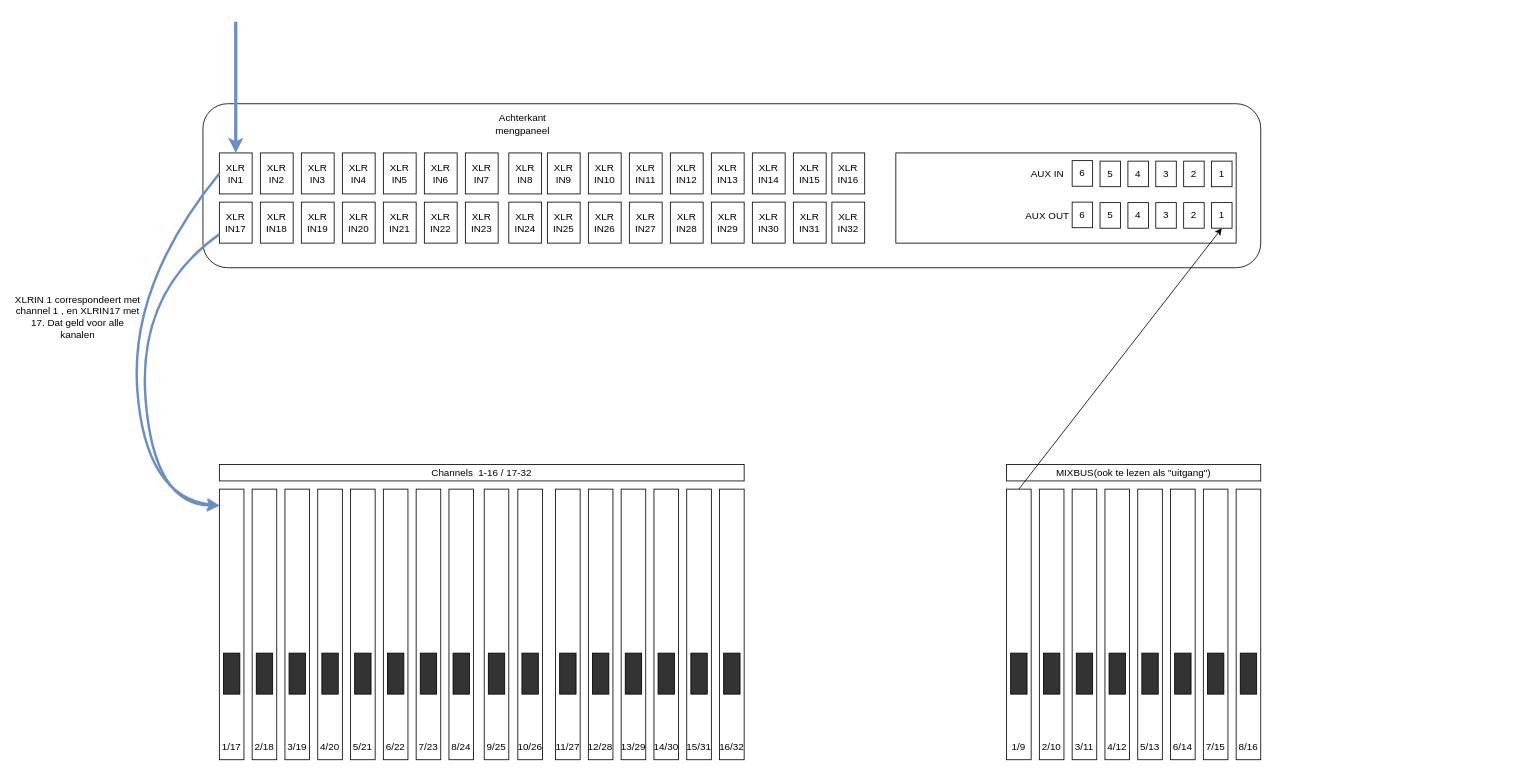
Marsipulami/DrawIO keeps this draw.io diagram as Diagram zonder titel.drawio. Above is the earlier version. Source tidied: cells renumbered, new cells numbered last; positions are measured from the earlier drawing's top-left corner, leaving out a move shared by most shapes. Both pictures are drawn from the tidied source at 82%, with x=0, y=0 at pixel (14, 21).
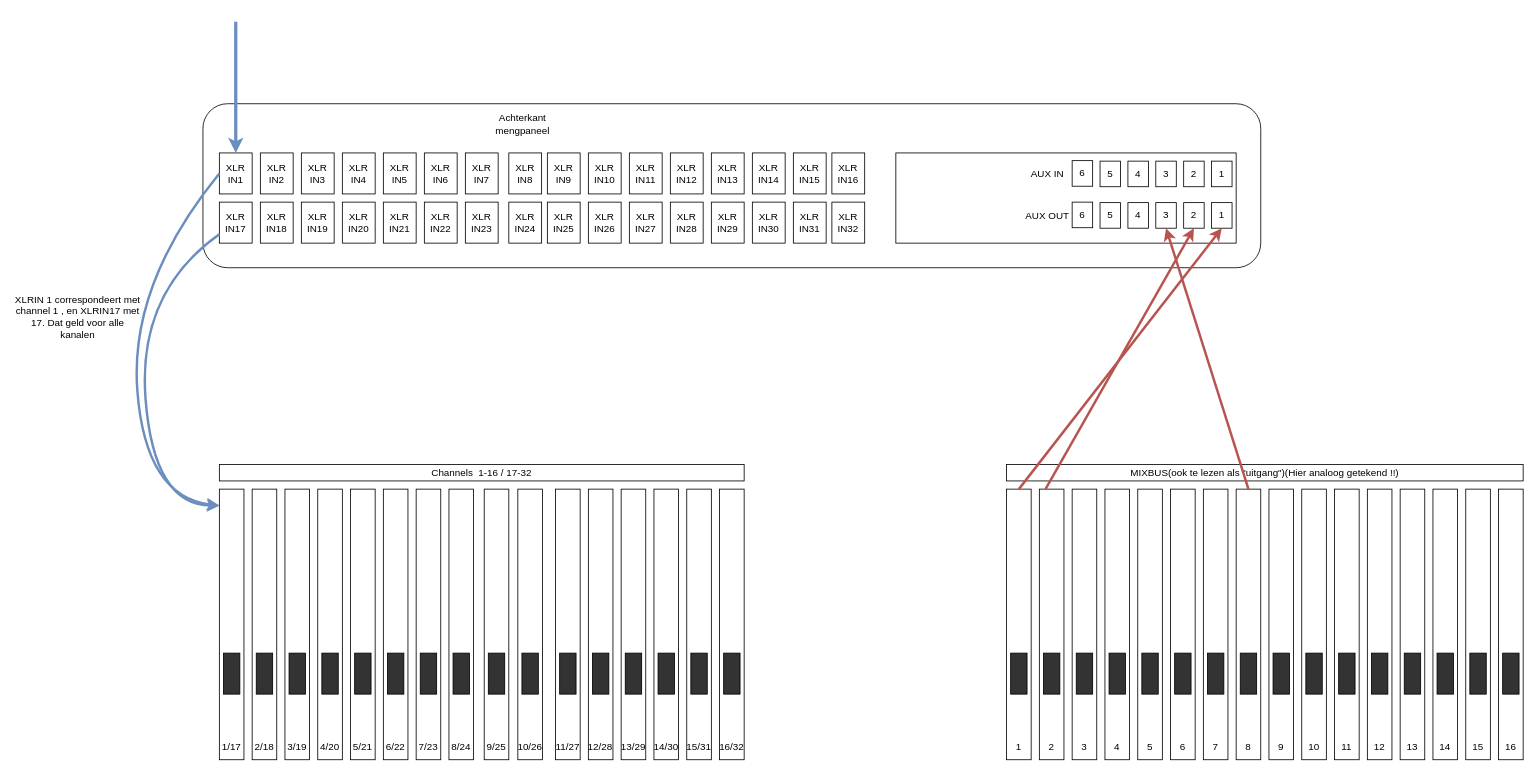
The same diagram, later.

Unchanged cells that the change refers to:
```xml
<mxCell id="39" style="rounded=0;whiteSpace=wrap;html=1;" parent="1" vertex="1">
  <mxGeometry x="1210" y="570" width="30" height="330" as="geometry" />
</mxCell>
<mxCell id="90" style="rounded=0;whiteSpace=wrap;html=1;" parent="1" vertex="1">
  <mxGeometry x="1250" y="570" width="30" height="330" as="geometry" />
</mxCell>
<mxCell id="108" style="rounded=0;whiteSpace=wrap;html=1;" parent="1" vertex="1">
  <mxGeometry x="1490" y="570" width="30" height="330" as="geometry" />
</mxCell>
<mxCell id="120" value="1" style="rounded=0;whiteSpace=wrap;html=1;" parent="1" vertex="1">
  <mxGeometry x="1460" y="220.6" width="25" height="31.2" as="geometry" />
</mxCell>
<mxCell id="121" value="2" style="rounded=0;whiteSpace=wrap;html=1;" parent="1" vertex="1">
  <mxGeometry x="1426" y="220.6" width="25" height="31.2" as="geometry" />
</mxCell>
<mxCell id="122" value="3" style="rounded=0;whiteSpace=wrap;html=1;" parent="1" vertex="1">
  <mxGeometry x="1392" y="220.6" width="25" height="31.2" as="geometry" />
</mxCell>
```

The edit, as a diff of the source:
```diff
@@
-    <mxCell id="41" value="1/9" style="text;html=1;strokeColor=none;fillColor=none;align=center;verticalAlign=middle;whiteSpace=wrap;rounded=0;" parent="1" vertex="1">
+    <mxCell id="41" value="1" style="text;html=1;strokeColor=none;fillColor=none;align=center;verticalAlign=middle;whiteSpace=wrap;rounded=0;" parent="1" vertex="1">
       <mxGeometry x="1215" y="870" width="20" height="30" as="geometry" />
     </mxCell>
@@
-    <mxCell id="89" value="MIXBUS(ook te lezen als &quot;uitgang&quot;)" style="rounded=0;whiteSpace=wrap;html=1;" parent="1" vertex="1">
-      <mxGeometry x="1210" y="540" width="310" height="20" as="geometry" />
+    <mxCell id="89" value="MIXBUS(ook te lezen als &quot;uitgang&quot;)(Hier analoog getekend !!)" style="rounded=0;whiteSpace=wrap;html=1;" parent="1" vertex="1">
+      <mxGeometry x="1210" y="540" width="630" height="20" as="geometry" />
     </mxCell>
@@
-    <mxCell id="92" value="2/10" style="text;html=1;strokeColor=none;fillColor=none;align=center;verticalAlign=middle;whiteSpace=wrap;rounded=0;" parent="1" vertex="1">
+    <mxCell id="92" value="2" style="text;html=1;strokeColor=none;fillColor=none;align=center;verticalAlign=middle;whiteSpace=wrap;rounded=0;" parent="1" vertex="1">
       <mxGeometry x="1255" y="870" width="20" height="30" as="geometry" />
     </mxCell>
@@
-    <mxCell id="95" value="3/11" style="text;html=1;strokeColor=none;fillColor=none;align=center;verticalAlign=middle;whiteSpace=wrap;rounded=0;" parent="1" vertex="1">
+    <mxCell id="95" value="3" style="text;html=1;strokeColor=none;fillColor=none;align=center;verticalAlign=middle;whiteSpace=wrap;rounded=0;" parent="1" vertex="1">
       <mxGeometry x="1295" y="870" width="20" height="30" as="geometry" />
     </mxCell>
@@
-    <mxCell id="98" value="4/12" style="text;html=1;strokeColor=none;fillColor=none;align=center;verticalAlign=middle;whiteSpace=wrap;rounded=0;" parent="1" vertex="1">
+    <mxCell id="98" value="4" style="text;html=1;strokeColor=none;fillColor=none;align=center;verticalAlign=middle;whiteSpace=wrap;rounded=0;" parent="1" vertex="1">
       <mxGeometry x="1335" y="870" width="20" height="30" as="geometry" />
     </mxCell>
@@
-    <mxCell id="101" value="5/13" style="text;html=1;strokeColor=none;fillColor=none;align=center;verticalAlign=middle;whiteSpace=wrap;rounded=0;" parent="1" vertex="1">
+    <mxCell id="101" value="5" style="text;html=1;strokeColor=none;fillColor=none;align=center;verticalAlign=middle;whiteSpace=wrap;rounded=0;" parent="1" vertex="1">
       <mxGeometry x="1375" y="870" width="20" height="30" as="geometry" />
     </mxCell>
@@
-    <mxCell id="104" value="6/14" style="text;html=1;strokeColor=none;fillColor=none;align=center;verticalAlign=middle;whiteSpace=wrap;rounded=0;" parent="1" vertex="1">
+    <mxCell id="104" value="6" style="text;html=1;strokeColor=none;fillColor=none;align=center;verticalAlign=middle;whiteSpace=wrap;rounded=0;" parent="1" vertex="1">
       <mxGeometry x="1415" y="870" width="20" height="30" as="geometry" />
     </mxCell>
@@
-    <mxCell id="107" value="7/15" style="text;html=1;strokeColor=none;fillColor=none;align=center;verticalAlign=middle;whiteSpace=wrap;rounded=0;" parent="1" vertex="1">
+    <mxCell id="107" value="7" style="text;html=1;strokeColor=none;fillColor=none;align=center;verticalAlign=middle;whiteSpace=wrap;rounded=0;" parent="1" vertex="1">
       <mxGeometry x="1455" y="870" width="20" height="30" as="geometry" />
     </mxCell>
@@
-    <mxCell id="110" value="8/16" style="text;html=1;strokeColor=none;fillColor=none;align=center;verticalAlign=middle;whiteSpace=wrap;rounded=0;" parent="1" vertex="1">
+    <mxCell id="110" value="8" style="text;html=1;strokeColor=none;fillColor=none;align=center;verticalAlign=middle;whiteSpace=wrap;rounded=0;" parent="1" vertex="1">
       <mxGeometry x="1495" y="870" width="20" height="30" as="geometry" />
     </mxCell>
@@
-    <mxCell id="129" style="endArrow=classic;html=1;rounded=0;entryX=0.5;entryY=1;entryDx=0;entryDy=0;exitX=0.5;exitY=0;exitDx=0;exitDy=0;" parent="1" edge="1" source="39" target="120">
+    <mxCell id="129" style="endArrow=classic;html=1;rounded=0;entryX=0.5;entryY=1;entryDx=0;entryDy=0;exitX=0.5;exitY=0;exitDx=0;exitDy=0;fillColor=#f8cecc;strokeColor=#b85450;strokeWidth=3;" parent="1" edge="1" source="39" target="120">
       <mxGeometry relative="1" as="geometry" />
     </mxCell>
+    <mxCell id="130" style="endArrow=classic;html=1;rounded=0;entryX=0.5;entryY=1;entryDx=0;entryDy=0;exitX=0.25;exitY=0;exitDx=0;exitDy=0;fillColor=#f8cecc;strokeColor=#b85450;strokeWidth=3;" parent="1" edge="1" source="90" target="121">
+      <mxGeometry relative="1" as="geometry" />
+    </mxCell>
+    <mxCell id="131" style="rounded=0;whiteSpace=wrap;html=1;" parent="1" vertex="1">
+      <mxGeometry x="1530" y="570" width="30" height="330" as="geometry" />
+    </mxCell>
+    <mxCell id="132" style="rounded=0;whiteSpace=wrap;html=1;fillColor=#333333;" parent="1" vertex="1">
+      <mxGeometry x="1535" y="770" width="20" height="50" as="geometry" />
+    </mxCell>
+    <mxCell id="133" value="9" style="text;html=1;strokeColor=none;fillColor=none;align=center;verticalAlign=middle;whiteSpace=wrap;rounded=0;" parent="1" vertex="1">
+      <mxGeometry x="1535" y="870" width="20" height="30" as="geometry" />
+    </mxCell>
+    <mxCell id="134" style="rounded=0;whiteSpace=wrap;html=1;" parent="1" vertex="1">
+      <mxGeometry x="1570" y="570" width="30" height="330" as="geometry" />
+    </mxCell>
+    <mxCell id="135" style="rounded=0;whiteSpace=wrap;html=1;fillColor=#333333;" parent="1" vertex="1">
+      <mxGeometry x="1575" y="770" width="20" height="50" as="geometry" />
+    </mxCell>
+    <mxCell id="136" value="10" style="text;html=1;strokeColor=none;fillColor=none;align=center;verticalAlign=middle;whiteSpace=wrap;rounded=0;" parent="1" vertex="1">
+      <mxGeometry x="1575" y="870" width="20" height="30" as="geometry" />
+    </mxCell>
+    <mxCell id="137" style="rounded=0;whiteSpace=wrap;html=1;" parent="1" vertex="1">
+      <mxGeometry x="1610" y="570" width="30" height="330" as="geometry" />
+    </mxCell>
+    <mxCell id="138" style="rounded=0;whiteSpace=wrap;html=1;fillColor=#333333;" parent="1" vertex="1">
+      <mxGeometry x="1615" y="770" width="20" height="50" as="geometry" />
+    </mxCell>
+    <mxCell id="139" value="11" style="text;html=1;strokeColor=none;fillColor=none;align=center;verticalAlign=middle;whiteSpace=wrap;rounded=0;" parent="1" vertex="1">
+      <mxGeometry x="1615" y="870" width="20" height="30" as="geometry" />
+    </mxCell>
+    <mxCell id="140" style="rounded=0;whiteSpace=wrap;html=1;" parent="1" vertex="1">
+      <mxGeometry x="1650" y="570" width="30" height="330" as="geometry" />
+    </mxCell>
+    <mxCell id="141" style="rounded=0;whiteSpace=wrap;html=1;fillColor=#333333;" parent="1" vertex="1">
+      <mxGeometry x="1655" y="770" width="20" height="50" as="geometry" />
+    </mxCell>
+    <mxCell id="142" value="12" style="text;html=1;strokeColor=none;fillColor=none;align=center;verticalAlign=middle;whiteSpace=wrap;rounded=0;" parent="1" vertex="1">
+      <mxGeometry x="1655" y="870" width="20" height="30" as="geometry" />
+    </mxCell>
+    <mxCell id="143" style="rounded=0;whiteSpace=wrap;html=1;" parent="1" vertex="1">
+      <mxGeometry x="1690" y="570" width="30" height="330" as="geometry" />
+    </mxCell>
+    <mxCell id="144" style="rounded=0;whiteSpace=wrap;html=1;fillColor=#333333;" parent="1" vertex="1">
+      <mxGeometry x="1695" y="770" width="20" height="50" as="geometry" />
+    </mxCell>
+    <mxCell id="145" value="13" style="text;html=1;strokeColor=none;fillColor=none;align=center;verticalAlign=middle;whiteSpace=wrap;rounded=0;" parent="1" vertex="1">
+      <mxGeometry x="1695" y="870" width="20" height="30" as="geometry" />
+    </mxCell>
+    <mxCell id="146" style="rounded=0;whiteSpace=wrap;html=1;" parent="1" vertex="1">
+      <mxGeometry x="1730" y="570" width="30" height="330" as="geometry" />
+    </mxCell>
+    <mxCell id="147" style="rounded=0;whiteSpace=wrap;html=1;fillColor=#333333;" parent="1" vertex="1">
+      <mxGeometry x="1735" y="770" width="20" height="50" as="geometry" />
+    </mxCell>
+    <mxCell id="148" value="14" style="text;html=1;strokeColor=none;fillColor=none;align=center;verticalAlign=middle;whiteSpace=wrap;rounded=0;" parent="1" vertex="1">
+      <mxGeometry x="1735" y="870" width="20" height="30" as="geometry" />
+    </mxCell>
+    <mxCell id="149" style="rounded=0;whiteSpace=wrap;html=1;" parent="1" vertex="1">
+      <mxGeometry x="1770" y="570" width="30" height="330" as="geometry" />
+    </mxCell>
+    <mxCell id="150" style="rounded=0;whiteSpace=wrap;html=1;fillColor=#333333;" parent="1" vertex="1">
+      <mxGeometry x="1775" y="770" width="20" height="50" as="geometry" />
+    </mxCell>
+    <mxCell id="151" value="15" style="text;html=1;strokeColor=none;fillColor=none;align=center;verticalAlign=middle;whiteSpace=wrap;rounded=0;" parent="1" vertex="1">
+      <mxGeometry x="1775" y="870" width="20" height="30" as="geometry" />
+    </mxCell>
+    <mxCell id="152" style="rounded=0;whiteSpace=wrap;html=1;" parent="1" vertex="1">
+      <mxGeometry x="1810" y="570" width="30" height="330" as="geometry" />
+    </mxCell>
+    <mxCell id="153" style="rounded=0;whiteSpace=wrap;html=1;fillColor=#333333;" parent="1" vertex="1">
+      <mxGeometry x="1815" y="770" width="20" height="50" as="geometry" />
+    </mxCell>
+    <mxCell id="154" value="16" style="text;html=1;strokeColor=none;fillColor=none;align=center;verticalAlign=middle;whiteSpace=wrap;rounded=0;" parent="1" vertex="1">
+      <mxGeometry x="1815" y="870" width="20" height="30" as="geometry" />
+    </mxCell>
+    <mxCell id="155" style="endArrow=classic;html=1;rounded=0;entryX=0.5;entryY=1;entryDx=0;entryDy=0;exitX=0.5;exitY=0;exitDx=0;exitDy=0;fillColor=#f8cecc;strokeColor=#b85450;strokeWidth=3;" parent="1" edge="1" source="108" target="122">
+      <mxGeometry relative="1" as="geometry" />
+    </mxCell>
```
